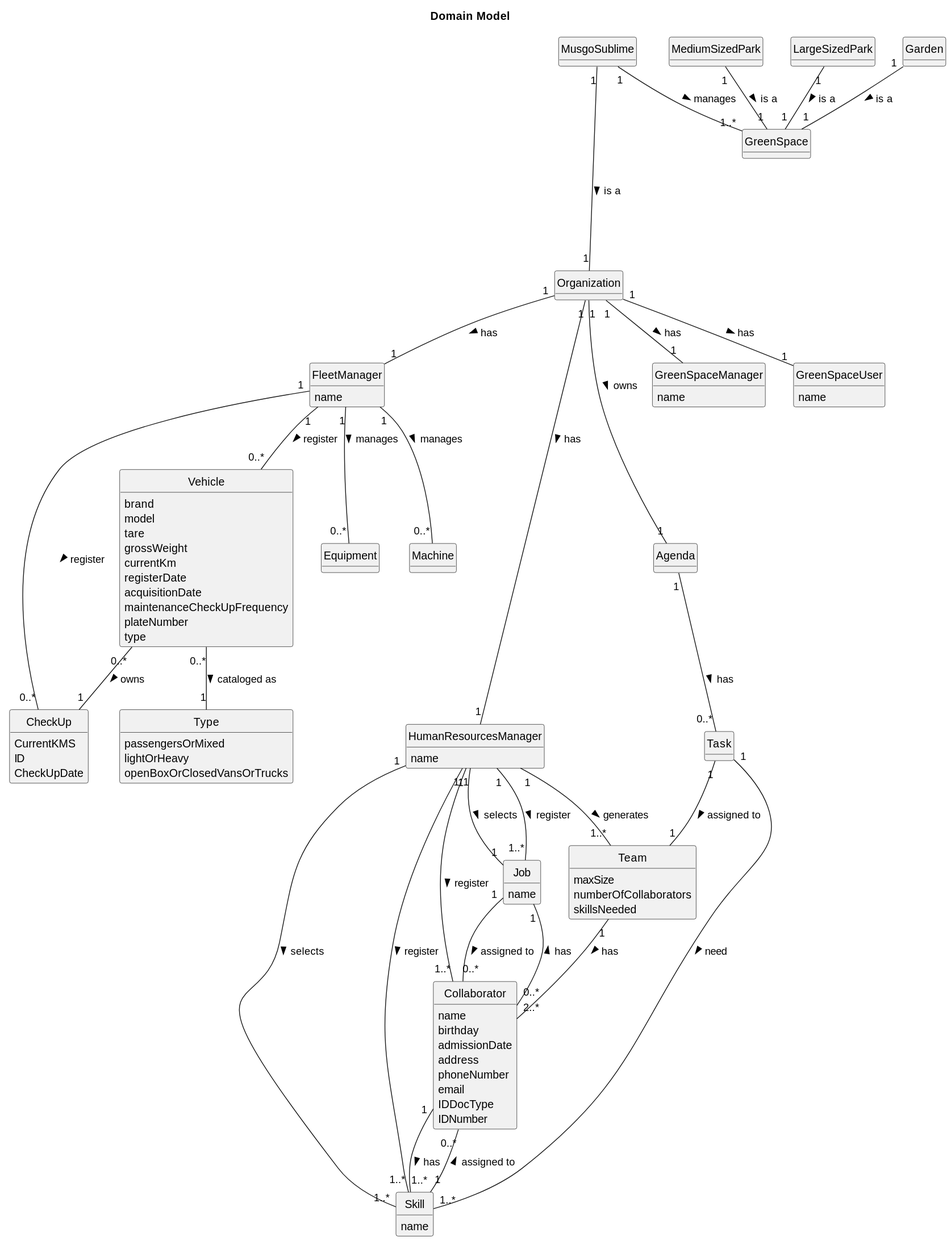
The PlantUML diagram docs/sprintA/global-artifacts/02.analysis/svg/project-domain-model.svg in daniel41silva05/ISEP_2023_2024_LAPR2, before a commit.
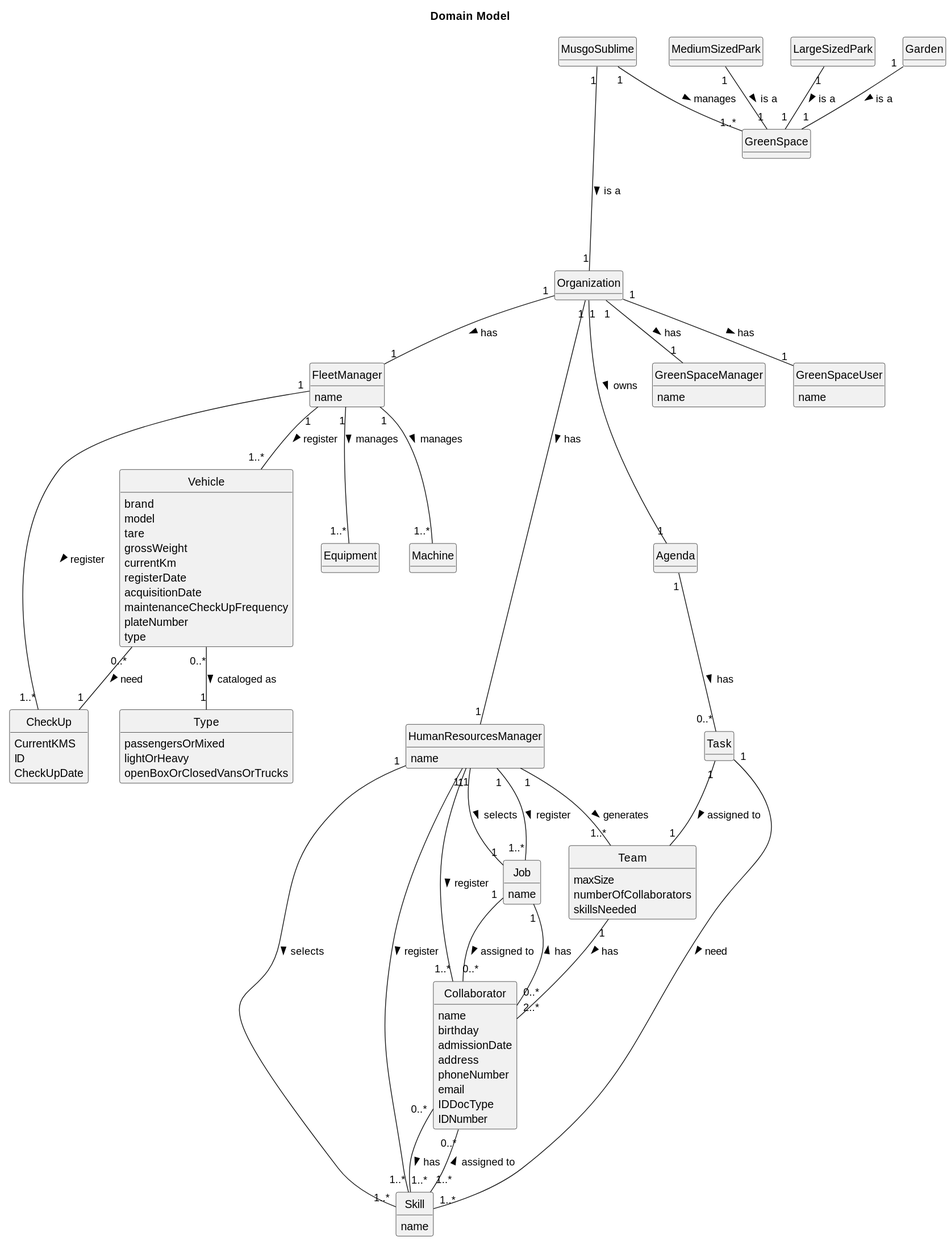
The same file after the commit.

Change to the diagram source:
```diff
@@ -101,20 +101,20 @@
 Organization "1" -- "1" GreenSpaceUser : has >
 Organization "1" --- "1" Agenda : owns >
 Collaborator "0..*" -- "1" Job : has >
-Collaborator "1" -- "1..*" Skill : has >
+Collaborator "0..*" -- "1..*" Skill : has >
 HumanResourcesManager "1" -- "1" Job : selects  >
 HumanResourcesManager "1" -- "1..*" Skill : selects  >
 HumanResourcesManager "1" -- "1..*" Job : register  >
 Job "1" -- "0..*" Collaborator : assigned to >
-Skill "1" -- "0..*" Collaborator : assigned to >
+Skill "1..*" -- "0..*" Collaborator : assigned to >
 HumanResourcesManager "1" -- "1..*" Collaborator : register >
 HumanResourcesManager "1" -- "1..*" Skill : register >
 HumanResourcesManager "1" -- "1..*" Team : generates >
-FleetManager "1" -- "0..*" Vehicle : register >
-FleetManager "1" -- "0..*" Equipment : manages >
-FleetManager "1" -- "0..*" Machine : manages >
-FleetManager "1" - "0..*" CheckUp : register >
-Vehicle "0..*" -- "1" CheckUp : owns >
+FleetManager "1" -- "1..*" Vehicle : register >
+FleetManager "1" -- "1..*" Equipment : manages >
+FleetManager "1" -- "1..*" Machine : manages >
+FleetManager "1" - "1..*" CheckUp : register >
+Vehicle "0..*" -- "1" CheckUp : need >
 Vehicle "0..*" -- "1" Type : cataloged as >
 Team "1" -- "2..*" Collaborator : has >
 Task "1" -- "1..*" Skill : need >
```
